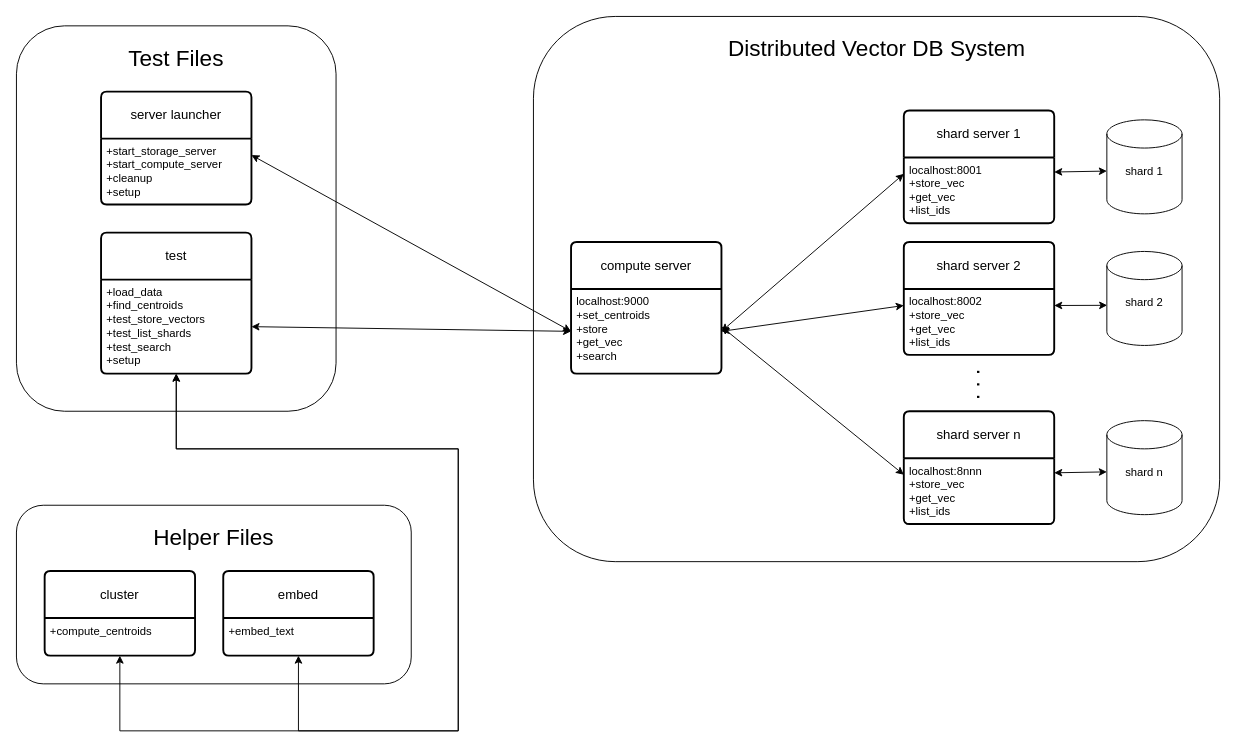
The draw.io diagram report/design.drawio in nickglandry/distributed_vector_database, before the edit. Source tidied: cells renumbered, new cells numbered last; positions are measured from the earlier drawing's top-left corner, leaving out a move shared by most shapes. Both pictures are drawn from the tidied source at 94%, with x=0, y=0 at pixel (16, 16).
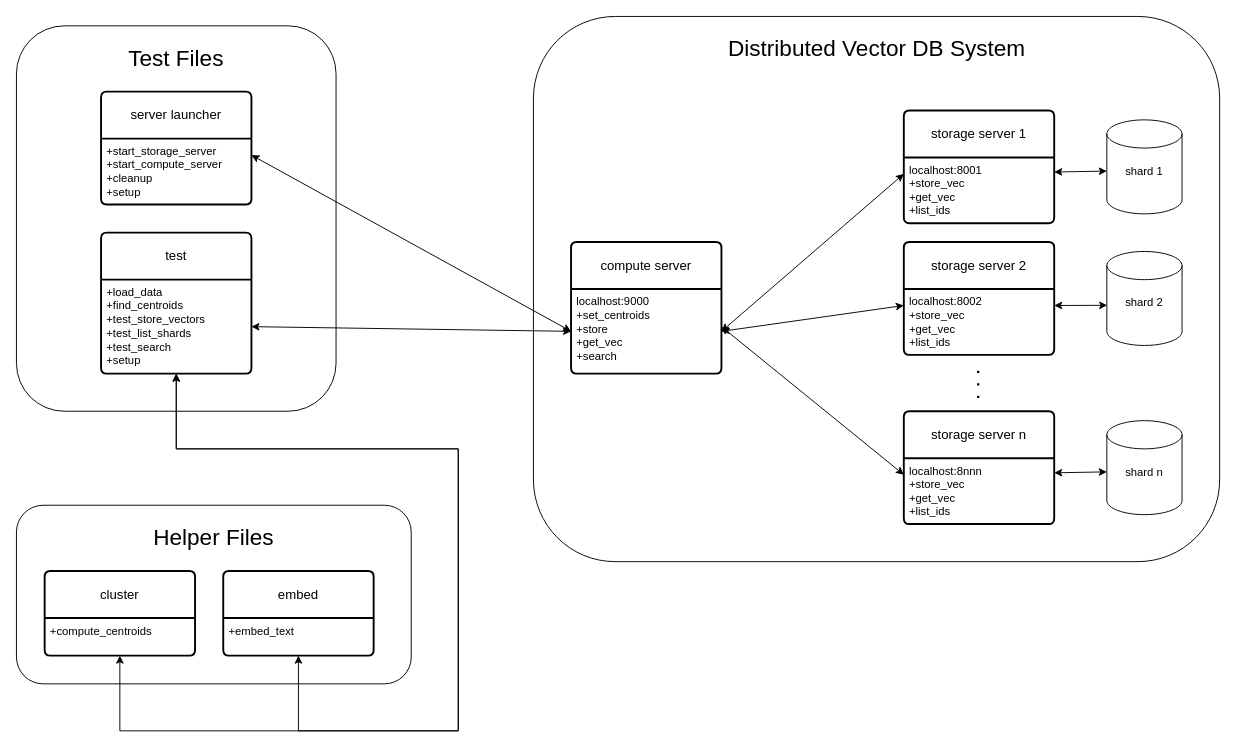
Above is the later version.

Commit message (it also covers changes not shown here):
updated design names

Change to the diagram source:
```diff
@@
-    <mxCell id="5" value="shard server 1" style="swimlane;horizontal=1;startSize=50;rounded=1;fontSize=14;fontStyle=0;strokeWidth=2;shadow=0;dashed=0;align=center;arcSize=4;whiteSpace=wrap;html=1;" parent="1" vertex="1">
+    <mxCell id="5" value="storage server 1" style="swimlane;horizontal=1;startSize=50;rounded=1;fontSize=14;fontStyle=0;strokeWidth=2;shadow=0;dashed=0;align=center;arcSize=4;whiteSpace=wrap;html=1;" parent="1" vertex="1">
       <mxGeometry x="944" y="100" width="160" height="120" as="geometry" />
     </mxCell>
@@
-    <mxCell id="9" value="shard server 2" style="swimlane;horizontal=1;startSize=50;rounded=1;fontSize=14;fontStyle=0;strokeWidth=2;shadow=0;dashed=0;align=center;arcSize=4;whiteSpace=wrap;html=1;" parent="1" vertex="1">
+    <mxCell id="9" value="storage server 2" style="swimlane;horizontal=1;startSize=50;rounded=1;fontSize=14;fontStyle=0;strokeWidth=2;shadow=0;dashed=0;align=center;arcSize=4;whiteSpace=wrap;html=1;" parent="1" vertex="1">
       <mxGeometry x="944" y="240" width="160" height="120" as="geometry" />
     </mxCell>
@@
-    <mxCell id="13" value="shard server n" style="swimlane;horizontal=1;startSize=50;rounded=1;fontSize=14;fontStyle=0;strokeWidth=2;shadow=0;dashed=0;align=center;arcSize=4;whiteSpace=wrap;html=1;" parent="1" vertex="1">
+    <mxCell id="13" value="storage server n" style="swimlane;horizontal=1;startSize=50;rounded=1;fontSize=14;fontStyle=0;strokeWidth=2;shadow=0;dashed=0;align=center;arcSize=4;whiteSpace=wrap;html=1;" parent="1" vertex="1">
       <mxGeometry x="944" y="420" width="160" height="120" as="geometry" />
     </mxCell>
```
